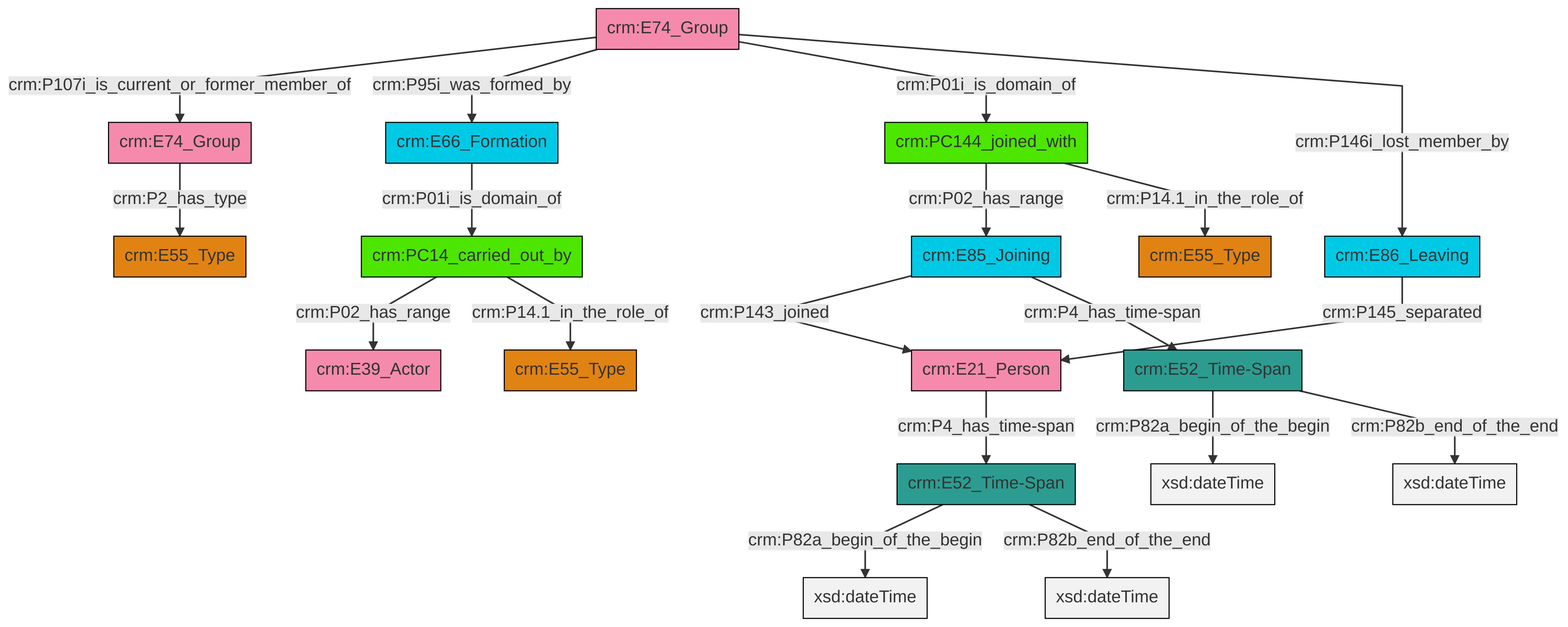
Above: et/groupCSV/ttl/mmd/png/group_actor_relations.png in swiss-art-research-net/docs.swissartresearch (Mermaid), before the change. Its source is kept beside it as et/groupCSV/ttl/mmd/group_actor_relations.ttl.mmd.
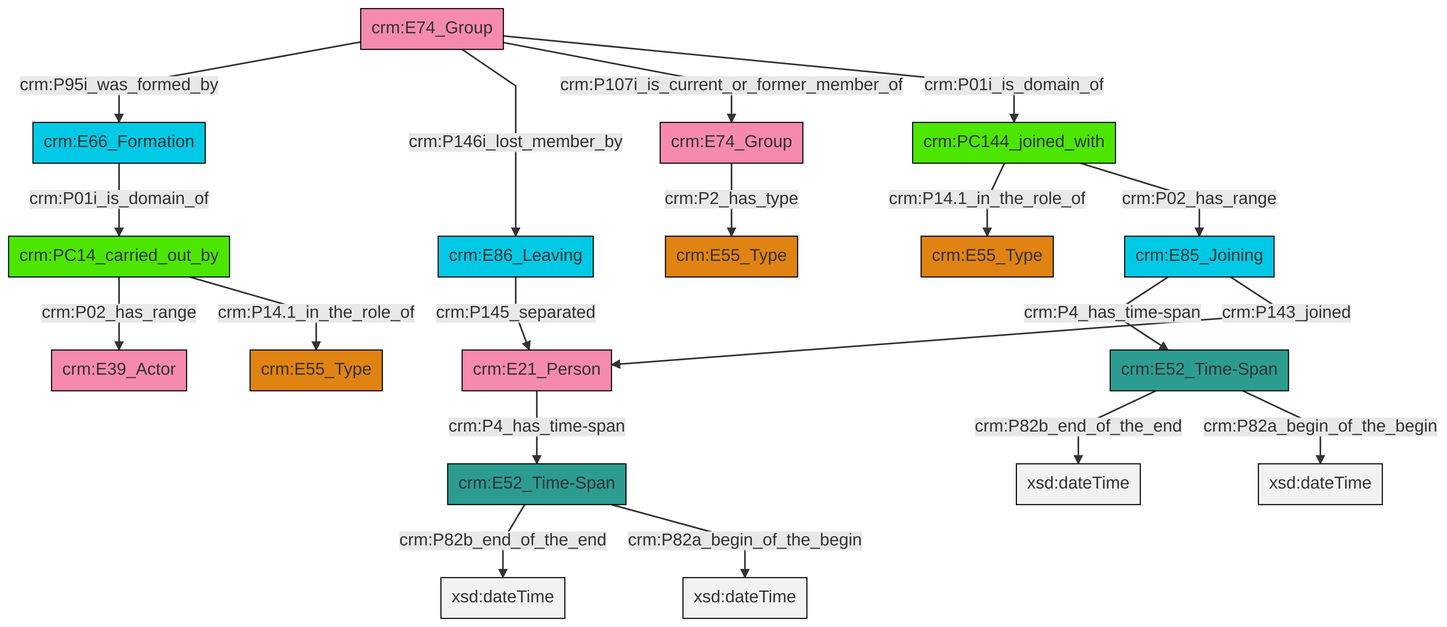
Above is the later version.

The edit, as a diff of the source:
```diff
@@ -13,21 +13,21 @@
 classDef PC_Classes fill:#4ce600, stroke:#000000;
 classDef Multi fill:#cccccc,stroke:#000000;
 
-0["crm:PC144_joined_with"]:::PC_Classes -->|crm:P02_has_range| 1["crm:E85_Joining"]:::Temporal_Entity
-2["crm:E74_Group"]:::Actor -->|crm:P107i_is_current_or_former_member_of| 3["crm:E74_Group"]:::Actor
-1["crm:E85_Joining"]:::Temporal_Entity -->|crm:P143_joined| 4["crm:E21_Person"]:::Actor
-4["crm:E21_Person"]:::Actor -->|crm:P4_has_time-span| 5["crm:E52_Time-Span"]:::Time-Span
-2["crm:E74_Group"]:::Actor -->|crm:P95i_was_formed_by| 9["crm:E66_Formation"]:::Temporal_Entity
-3["crm:E74_Group"]:::Actor -->|crm:P2_has_type| 10["crm:E55_Type"]:::Type
-2["crm:E74_Group"]:::Actor -->|crm:P01i_is_domain_of| 0["crm:PC144_joined_with"]:::PC_Classes
-12["crm:PC14_carried_out_by"]:::PC_Classes -->|crm:P02_has_range| 13["crm:E39_Actor"]:::Actor
-14["crm:E52_Time-Span"]:::Time-Span -->|crm:P82a_begin_of_the_begin| 15[xsd:dateTime]:::Literal
-1["crm:E85_Joining"]:::Temporal_Entity -->|crm:P4_has_time-span| 14["crm:E52_Time-Span"]:::Time-Span
-5["crm:E52_Time-Span"]:::Time-Span -->|crm:P82a_begin_of_the_begin| 26[xsd:dateTime]:::Literal
-14["crm:E52_Time-Span"]:::Time-Span -->|crm:P82b_end_of_the_end| 28[xsd:dateTime]:::Literal
-12["crm:PC14_carried_out_by"]:::PC_Classes -->|crm:P14.1_in_the_role_of| 7["crm:E55_Type"]:::Type
-5["crm:E52_Time-Span"]:::Time-Span -->|crm:P82b_end_of_the_end| 29[xsd:dateTime]:::Literal
-0["crm:PC144_joined_with"]:::PC_Classes -->|crm:P14.1_in_the_role_of| 24["crm:E55_Type"]:::Type
-2["crm:E74_Group"]:::Actor -->|crm:P146i_lost_member_by| 20["crm:E86_Leaving"]:::Temporal_Entity
-9["crm:E66_Formation"]:::Temporal_Entity -->|crm:P01i_is_domain_of| 12["crm:PC14_carried_out_by"]:::PC_Classes
-20["crm:E86_Leaving"]:::Temporal_Entity -->|crm:P145_separated| 4["crm:E21_Person"]:::Actor
+2["crm:E74_Group"]:::Actor -->|crm:P95i_was_formed_by| 3["crm:E66_Formation"]:::Temporal_Entity
+2["crm:E74_Group"]:::Actor -->|crm:P146i_lost_member_by| 6["crm:E86_Leaving"]:::Temporal_Entity
+6["crm:E86_Leaving"]:::Temporal_Entity -->|crm:P145_separated| 9["crm:E21_Person"]:::Actor
+10["crm:PC144_joined_with"]:::PC_Classes -->|crm:P14.1_in_the_role_of| 0["crm:E55_Type"]:::Type
+9["crm:E21_Person"]:::Actor -->|crm:P4_has_time-span| 12["crm:E52_Time-Span"]:::Time-Span
+15["crm:PC14_carried_out_by"]:::PC_Classes -->|crm:P02_has_range| 16["crm:E39_Actor"]:::Actor
+18["crm:E85_Joining"]:::Temporal_Entity -->|crm:P4_has_time-span| 19["crm:E52_Time-Span"]:::Time-Span
+7["crm:E74_Group"]:::Actor -->|crm:P2_has_type| 20["crm:E55_Type"]:::Type
+2["crm:E74_Group"]:::Actor -->|crm:P107i_is_current_or_former_member_of| 7["crm:E74_Group"]:::Actor
+12["crm:E52_Time-Span"]:::Time-Span -->|crm:P82b_end_of_the_end| 21[xsd:dateTime]:::Literal
+3["crm:E66_Formation"]:::Temporal_Entity -->|crm:P01i_is_domain_of| 15["crm:PC14_carried_out_by"]:::PC_Classes
+12["crm:E52_Time-Span"]:::Time-Span -->|crm:P82a_begin_of_the_begin| 22[xsd:dateTime]:::Literal
+19["crm:E52_Time-Span"]:::Time-Span -->|crm:P82b_end_of_the_end| 24[xsd:dateTime]:::Literal
+10["crm:PC144_joined_with"]:::PC_Classes -->|crm:P02_has_range| 18["crm:E85_Joining"]:::Temporal_Entity
+18["crm:E85_Joining"]:::Temporal_Entity -->|crm:P143_joined| 9["crm:E21_Person"]:::Actor
+2["crm:E74_Group"]:::Actor -->|crm:P01i_is_domain_of| 10["crm:PC144_joined_with"]:::PC_Classes
+15["crm:PC14_carried_out_by"]:::PC_Classes -->|crm:P14.1_in_the_role_of| 4["crm:E55_Type"]:::Type
+19["crm:E52_Time-Span"]:::Time-Span -->|crm:P82a_begin_of_the_begin| 32[xsd:dateTime]:::Literal
```
